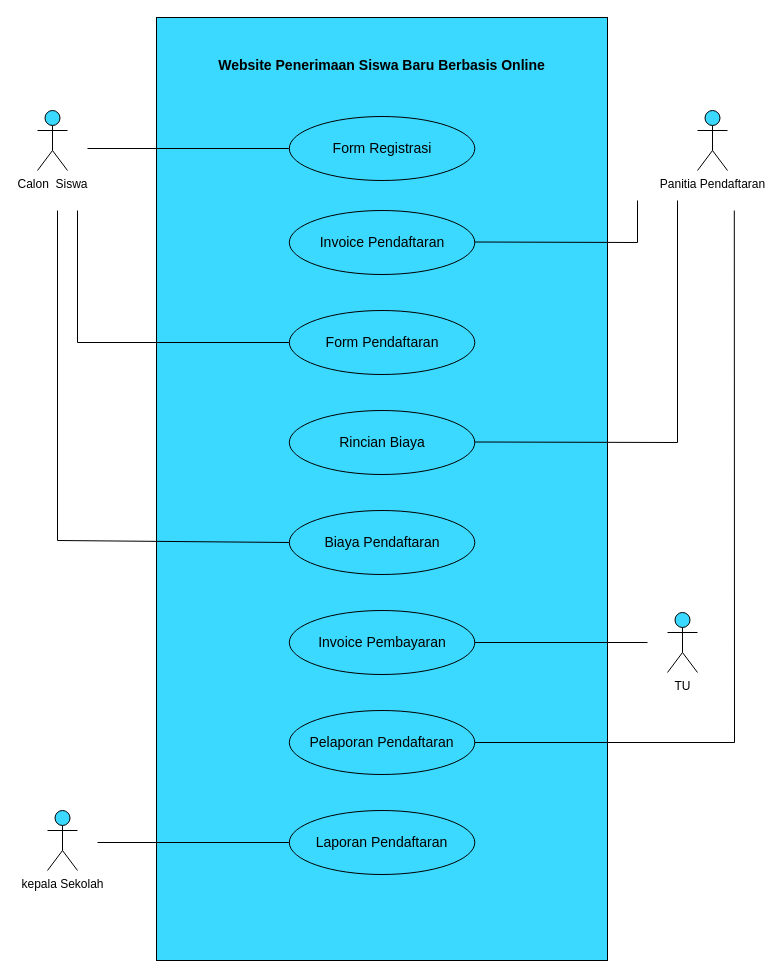
Before: Diagram Tanpa Judul.drawio in danangsptro/register-vhs, a draw.io diagram. Source tidied: cells renumbered, new cells numbered last; positions are measured from the earlier drawing's top-left corner, leaving out a move shared by most shapes. Both pictures are drawn from the tidied source at 100%, with x=0, y=0 at pixel (37, 17).
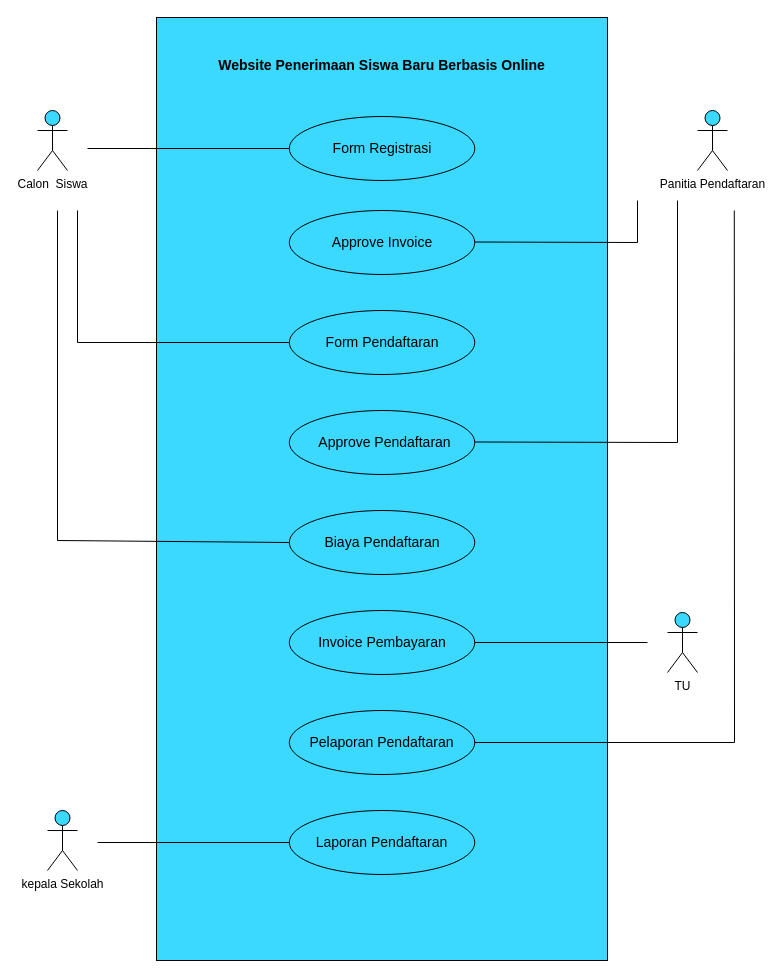
Above is the later version.

Diff of the diagram source:
```diff
@@
-    <mxCell id="11" value="Invoice Pendaftaran" style="text;html=1;strokeColor=none;fillColor=none;align=center;verticalAlign=middle;whiteSpace=wrap;rounded=0;fontSize=14;" parent="1" vertex="1">
+    <mxCell id="11" value="Approve Invoice" style="text;html=1;strokeColor=none;fillColor=none;align=center;verticalAlign=middle;whiteSpace=wrap;rounded=0;fontSize=14;" parent="1" vertex="1">
       <mxGeometry x="271.5" y="210" width="146" height="30" as="geometry" />
     </mxCell>
@@
-    <mxCell id="17" value="Rincian Biaya" style="text;html=1;strokeColor=none;fillColor=none;align=center;verticalAlign=middle;whiteSpace=wrap;rounded=0;fontSize=14;" parent="1" vertex="1">
-      <mxGeometry x="279.5" y="410" width="130" height="30" as="geometry" />
+    <mxCell id="17" value="Approve Pendaftaran" style="text;html=1;strokeColor=none;fillColor=none;align=center;verticalAlign=middle;whiteSpace=wrap;rounded=0;fontSize=14;" parent="1" vertex="1">
+      <mxGeometry x="271.5" y="410" width="150.5" height="30" as="geometry" />
     </mxCell>
```
